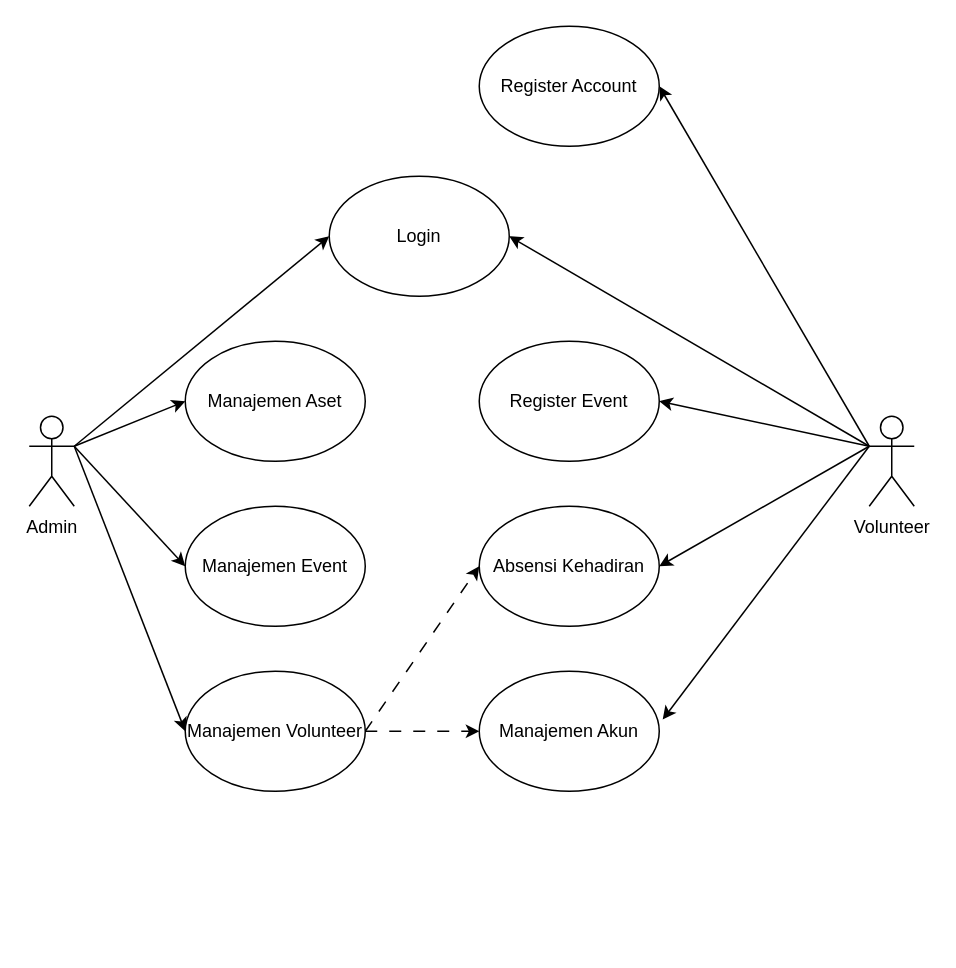
This is page "UseCase" (1 of 3) of diagram/Untitled Diagram.drawio from dzikfr/mpi, a draw.io file, before an edit. Source tidied: cells renumbered, new cells numbered last; positions are measured from the earlier drawing's top-left corner, leaving out a move shared by most shapes. Both pictures are drawn from the tidied source at 150%, with x=0, y=0 at pixel (28, 26).
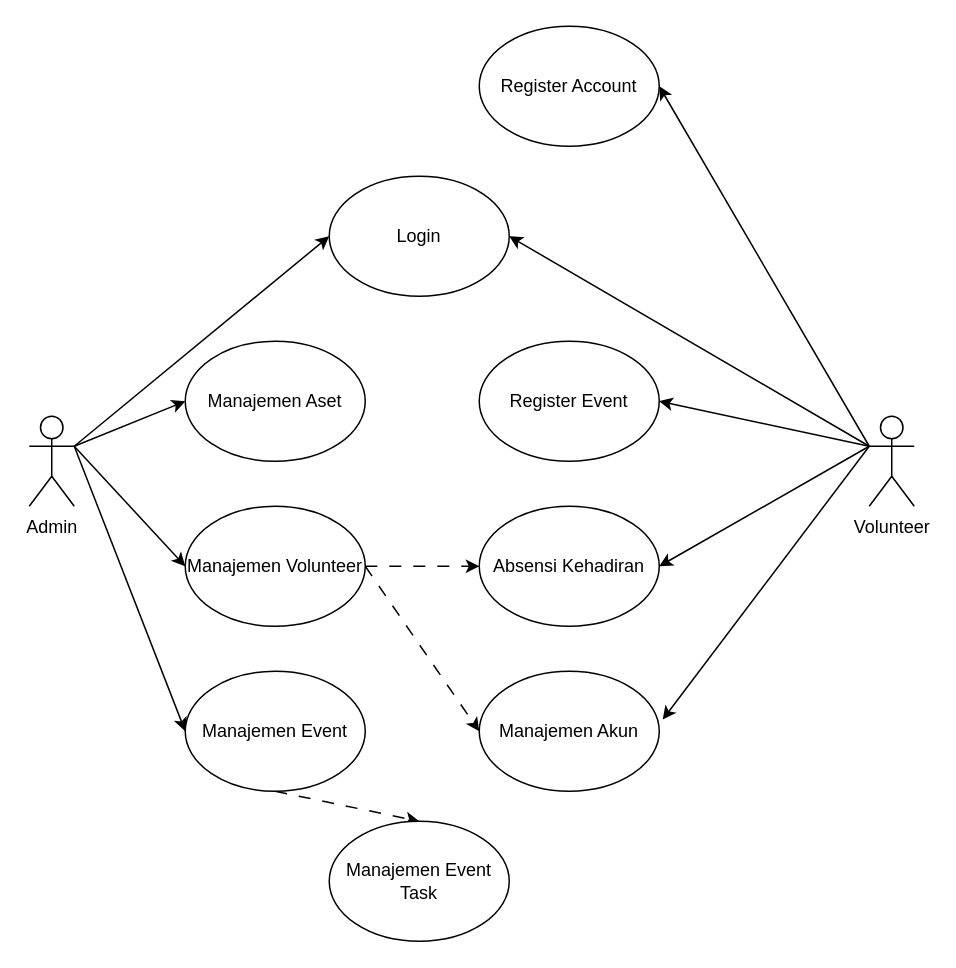
After the change.

The edit, as a diff of the source:
```diff
@@
+    <mxCell id="23" style="rounded=0;jettySize=auto;html=1;exitX=0.5;exitY=1;exitDx=0;exitDy=0;entryX=0.5;entryY=0;entryDx=0;entryDy=0;dashed=1;dashPattern=8 8;" parent="1" edge="1" source="15" target="24">
+      <mxGeometry relative="1" as="geometry" />
+    </mxCell>
     <mxCell id="15" value="Manajemen Event" style="ellipse;whiteSpace=wrap;html=1;" parent="1" vertex="1">
-      <mxGeometry x="104" y="320" width="120" height="80" as="geometry" />
+      <mxGeometry x="104" y="430" width="120" height="80" as="geometry" />
     </mxCell>
@@
     <mxCell id="20" value="Manajemen Volunteer" style="ellipse;whiteSpace=wrap;html=1;" parent="1" vertex="1">
-      <mxGeometry x="104" y="430" width="120" height="80" as="geometry" />
+      <mxGeometry x="104" y="320" width="120" height="80" as="geometry" />
     </mxCell>
@@
+    <mxCell id="24" value="Manajemen Event Task" style="ellipse;whiteSpace=wrap;html=1;" parent="1" vertex="1">
+      <mxGeometry x="200" y="530" width="120" height="80" as="geometry" />
+    </mxCell>
```
